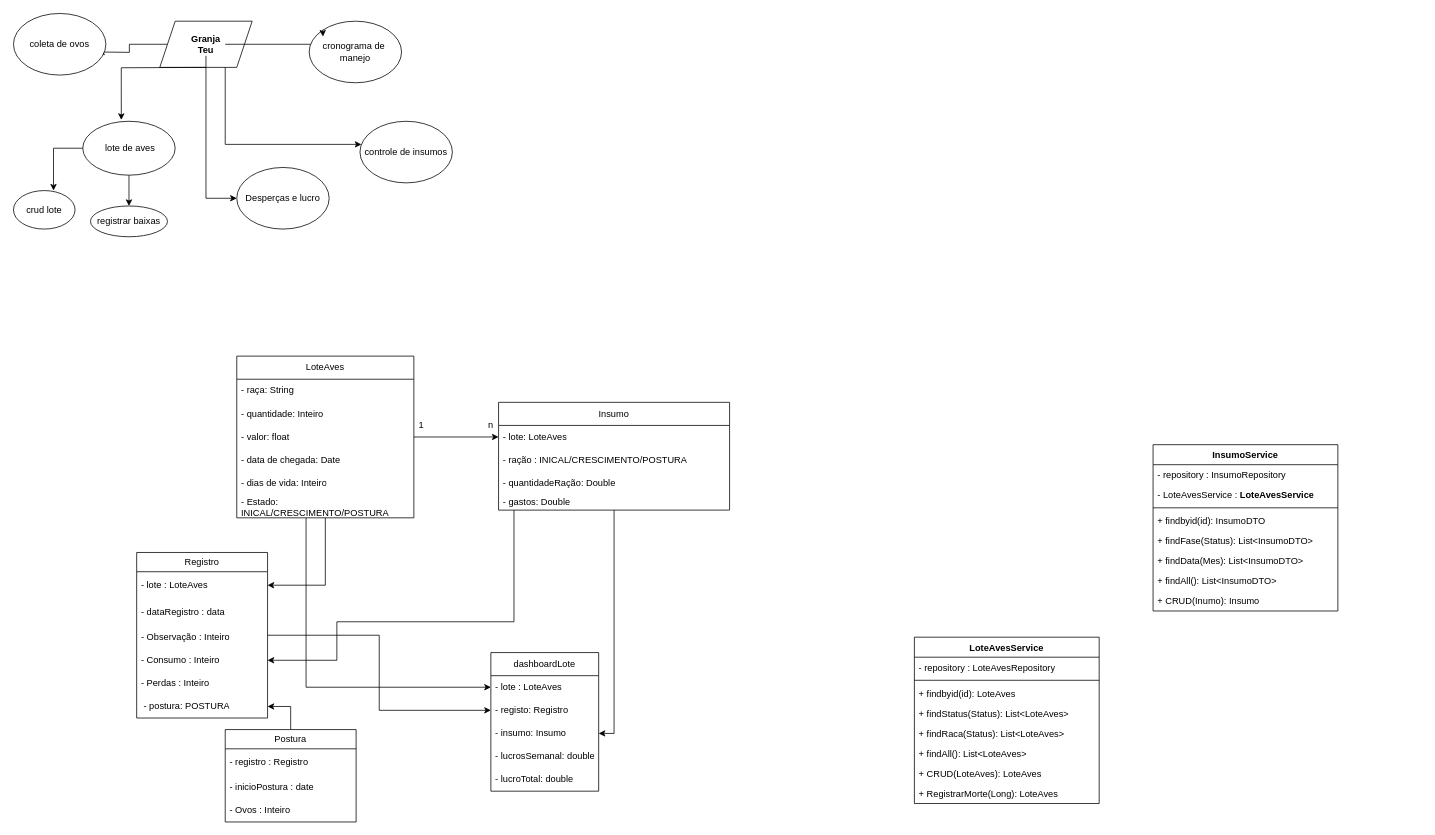
Above: teugranja.drawio in SpiderTheus/granjateu (draw.io), before the change. Source tidied: cells renumbered, new cells numbered last; positions are measured from the earlier drawing's top-left corner, leaving out a move shared by most shapes. Both pictures are drawn from the tidied source at 77%, with x=0, y=0 at pixel (13, 13).
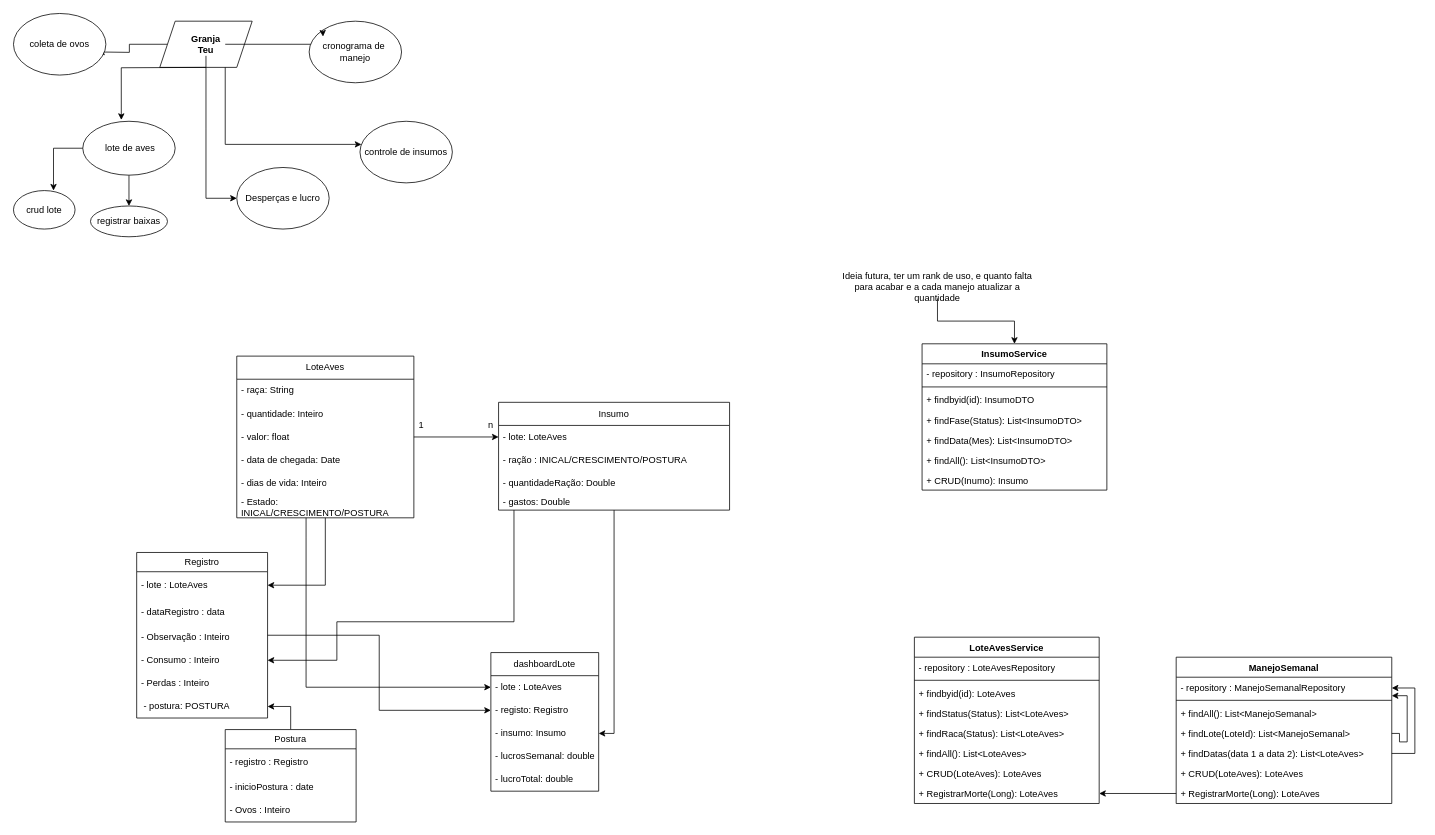
The same diagram, later.

Commit message (it also covers changes not shown here):
ManejoSemanalRepository criado com sucesso

The change refers to these unchanged cells:
```xml
<mxCell id="65" value="+ RegistrarMorte(Long): LoteAves" style="text;strokeColor=none;fillColor=none;align=left;verticalAlign=top;spacingLeft=4;spacingRight=4;overflow=hidden;points=[[0,0.5],[1,0.5]];portConstraint=eastwest;whiteSpace=wrap;html=1;" parent="57" vertex="1">
  <mxGeometry y="190" width="240" height="26" as="geometry" />
</mxCell>
```

Diff of the diagram source:
```diff
@@
     <mxCell id="66" value="InsumoService" style="swimlane;fontStyle=1;align=center;verticalAlign=top;horizontal=1;startSize=26;whiteSpace=wrap;html=1;" parent="1" vertex="1">
-      <mxGeometry x="1480" y="560" width="240" height="216" as="geometry" />
+      <mxGeometry x="1180" y="429" width="240" height="190" as="geometry" />
     </mxCell>
@@
-    <mxCell id="68" value="- LoteAvesService :&amp;nbsp;&lt;span style=&quot;font-weight: 700; text-align: center;&quot;&gt;LoteAvesService&lt;/span&gt;" style="text;strokeColor=none;fillColor=none;align=left;verticalAlign=top;spacingLeft=4;spacingRight=4;overflow=hidden;whiteSpace=wrap;html=1;" parent="66" vertex="1">
-      <mxGeometry y="52" width="240" height="26" as="geometry" />
-    </mxCell>
     <mxCell id="69" style="line;strokeWidth=1;fillColor=none;align=left;verticalAlign=middle;spacingTop=-1;spacingLeft=3;spacingRight=3;labelPosition=right;strokeColor=inherit;" parent="66" vertex="1">
-      <mxGeometry y="78" width="240" height="8" as="geometry" />
+      <mxGeometry y="52" width="240" height="8" as="geometry" />
     </mxCell>
     <mxCell id="70" value="+ findbyid(id): InsumoDTO" style="text;strokeColor=none;fillColor=none;align=left;verticalAlign=top;spacingLeft=4;spacingRight=4;overflow=hidden;whiteSpace=wrap;html=1;" parent="66" vertex="1">
-      <mxGeometry y="86" width="240" height="26" as="geometry" />
+      <mxGeometry y="60" width="240" height="26" as="geometry" />
     </mxCell>
     <mxCell id="71" value="+ findFase(Status): List&amp;lt;InsumoDTO&amp;gt;" style="text;strokeColor=none;fillColor=none;align=left;verticalAlign=top;spacingLeft=4;spacingRight=4;overflow=hidden;whiteSpace=wrap;html=1;" parent="66" vertex="1">
-      <mxGeometry y="112" width="240" height="26" as="geometry" />
+      <mxGeometry y="86" width="240" height="26" as="geometry" />
     </mxCell>
     <mxCell id="72" value="+ findData(Mes): List&amp;lt;InsumoDTO&amp;gt;" style="text;strokeColor=none;fillColor=none;align=left;verticalAlign=top;spacingLeft=4;spacingRight=4;overflow=hidden;whiteSpace=wrap;html=1;" parent="66" vertex="1">
-      <mxGeometry y="138" width="240" height="26" as="geometry" />
+      <mxGeometry y="112" width="240" height="26" as="geometry" />
     </mxCell>
     <mxCell id="73" value="+ findAll(): List&amp;lt;InsumoDTO&amp;gt;" style="text;strokeColor=none;fillColor=none;align=left;verticalAlign=top;spacingLeft=4;spacingRight=4;overflow=hidden;whiteSpace=wrap;html=1;" parent="66" vertex="1">
-      <mxGeometry y="164" width="240" height="26" as="geometry" />
+      <mxGeometry y="138" width="240" height="26" as="geometry" />
     </mxCell>
     <mxCell id="74" value="+ CRUD(Inumo): Insumo" style="text;strokeColor=none;fillColor=none;align=left;verticalAlign=top;spacingLeft=4;spacingRight=4;overflow=hidden;whiteSpace=wrap;html=1;" parent="66" vertex="1">
-      <mxGeometry y="190" width="240" height="26" as="geometry" />
+      <mxGeometry y="164" width="240" height="26" as="geometry" />
     </mxCell>
+    <mxCell id="75" style="edgeStyle=orthogonalEdgeStyle;rounded=0;jettySize=auto;html=1;" parent="1" edge="1" source="76" target="66">
+      <mxGeometry relative="1" as="geometry" />
+    </mxCell>
+    <mxCell id="76" value="Ideia futura, ter um rank de uso, e quanto falta para acabar e a cada manejo atualizar a quantidade" style="text;html=1;whiteSpace=wrap;strokeColor=none;fillColor=none;align=center;verticalAlign=middle;rounded=0;" parent="1" vertex="1">
+      <mxGeometry x="1070" y="340" width="260" height="30" as="geometry" />
+    </mxCell>
+    <mxCell id="77" value="ManejoSemanal" style="swimlane;fontStyle=1;align=center;verticalAlign=top;horizontal=1;startSize=26;whiteSpace=wrap;html=1;" parent="1" vertex="1">
+      <mxGeometry x="1510" y="836" width="280" height="190" as="geometry" />
+    </mxCell>
+    <mxCell id="78" value="- repository : ManejoSemanalRepository" style="text;strokeColor=none;fillColor=none;align=left;verticalAlign=top;spacingLeft=4;spacingRight=4;overflow=hidden;points=[[0,0.5],[1,0.5]];portConstraint=eastwest;whiteSpace=wrap;html=1;" parent="77" vertex="1">
+      <mxGeometry y="26" width="280" height="26" as="geometry" />
+    </mxCell>
+    <mxCell id="79" style="line;strokeWidth=1;fillColor=none;align=left;verticalAlign=middle;spacingTop=-1;spacingLeft=3;spacingRight=3;labelPosition=right;strokeColor=inherit;" parent="77" vertex="1">
+      <mxGeometry y="52" width="280" height="8" as="geometry" />
+    </mxCell>
+    <mxCell id="80" value="+ findAll(): List&amp;lt;ManejoSemanal&amp;gt;" style="text;strokeColor=none;fillColor=none;align=left;verticalAlign=top;spacingLeft=4;spacingRight=4;overflow=hidden;whiteSpace=wrap;html=1;" parent="77" vertex="1">
+      <mxGeometry y="60" width="280" height="26" as="geometry" />
+    </mxCell>
+    <mxCell id="81" style="edgeStyle=orthogonalEdgeStyle;rounded=0;jettySize=auto;html=1;" parent="77" edge="1" source="82" target="78">
+      <mxGeometry relative="1" as="geometry">
+        <Array as="points">
+          <mxPoint x="290" y="99" />
+          <mxPoint x="290" y="110" />
+          <mxPoint x="300" y="110" />
+          <mxPoint x="300" y="50" />
+        </Array>
+      </mxGeometry>
+    </mxCell>
+    <mxCell id="82" value="+ findLote(LoteId): List&amp;lt;ManejoSemanal&amp;gt;" style="text;strokeColor=none;fillColor=none;align=left;verticalAlign=top;spacingLeft=4;spacingRight=4;overflow=hidden;points=[[0,0.5],[1,0.5]];portConstraint=eastwest;whiteSpace=wrap;html=1;" parent="77" vertex="1">
+      <mxGeometry y="86" width="280" height="26" as="geometry" />
+    </mxCell>
+    <mxCell id="83" style="edgeStyle=orthogonalEdgeStyle;rounded=0;jettySize=auto;html=1;" parent="77" edge="1" source="84" target="77">
+      <mxGeometry relative="1" as="geometry">
+        <Array as="points">
+          <mxPoint x="310" y="125" />
+          <mxPoint x="310" y="40" />
+        </Array>
+      </mxGeometry>
+    </mxCell>
+    <mxCell id="84" value="+ findDatas(data 1 a data 2): List&amp;lt;LoteAves&amp;gt;" style="text;strokeColor=none;fillColor=none;align=left;verticalAlign=top;spacingLeft=4;spacingRight=4;overflow=hidden;points=[[0,0.5],[1,0.5]];portConstraint=eastwest;whiteSpace=wrap;html=1;" parent="77" vertex="1">
+      <mxGeometry y="112" width="280" height="26" as="geometry" />
+    </mxCell>
+    <mxCell id="85" value="+ CRUD(LoteAves): LoteAves" style="text;strokeColor=none;fillColor=none;align=left;verticalAlign=top;spacingLeft=4;spacingRight=4;overflow=hidden;whiteSpace=wrap;html=1;" parent="77" vertex="1">
+      <mxGeometry y="138" width="280" height="26" as="geometry" />
+    </mxCell>
+    <mxCell id="86" value="+ RegistrarMorte(Long): LoteAves" style="text;strokeColor=none;fillColor=none;align=left;verticalAlign=top;spacingLeft=4;spacingRight=4;overflow=hidden;points=[[0,0.5],[1,0.5]];portConstraint=eastwest;whiteSpace=wrap;html=1;" parent="77" vertex="1">
+      <mxGeometry y="164" width="280" height="26" as="geometry" />
+    </mxCell>
+    <mxCell id="87" style="edgeStyle=orthogonalEdgeStyle;rounded=0;jettySize=auto;html=1;" parent="1" edge="1" source="86" target="65">
+      <mxGeometry relative="1" as="geometry" />
+    </mxCell>
```
